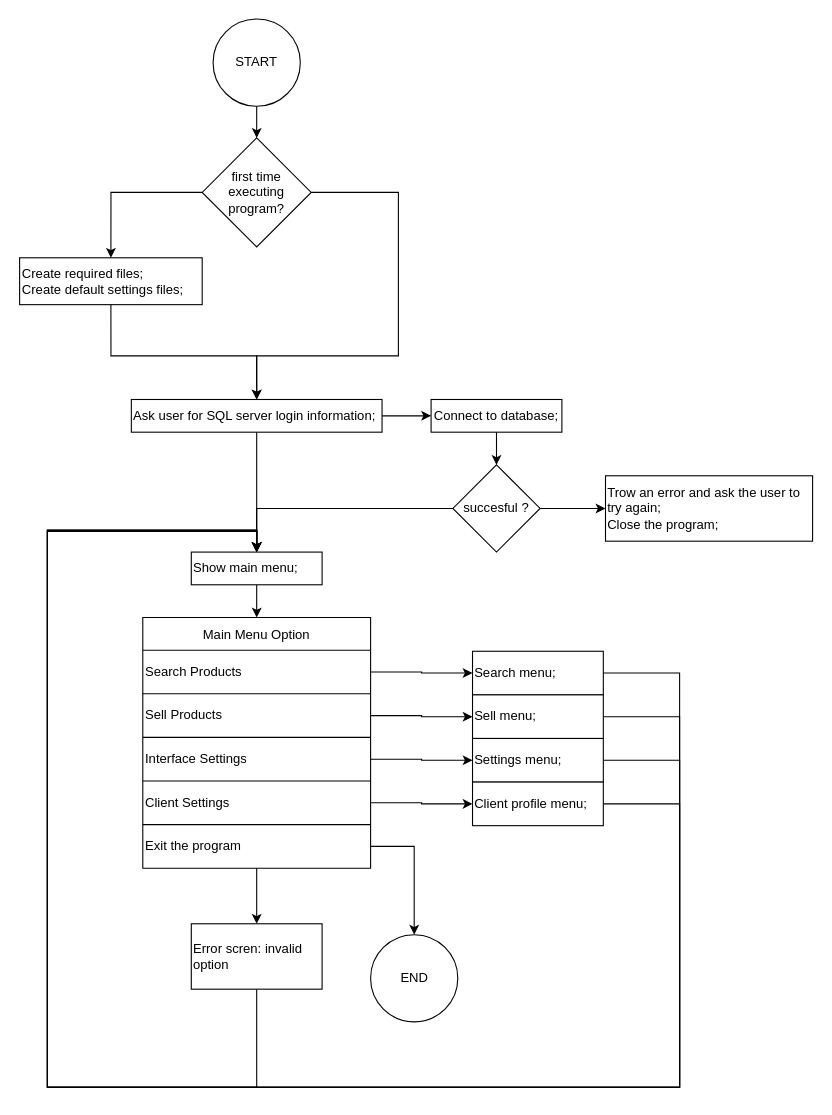
The draw.io diagram page "Main menu loop" (1 of 2) of docs/program_flow_chart.drawio in NamlessChokko/StockiFy, before the edit. Source tidied: cells renumbered, new cells numbered last; positions are measured from the earlier drawing's top-left corner, leaving out a move shared by most shapes. Both pictures are drawn from the tidied source at 109%, with x=0, y=0 at pixel (19, 19).
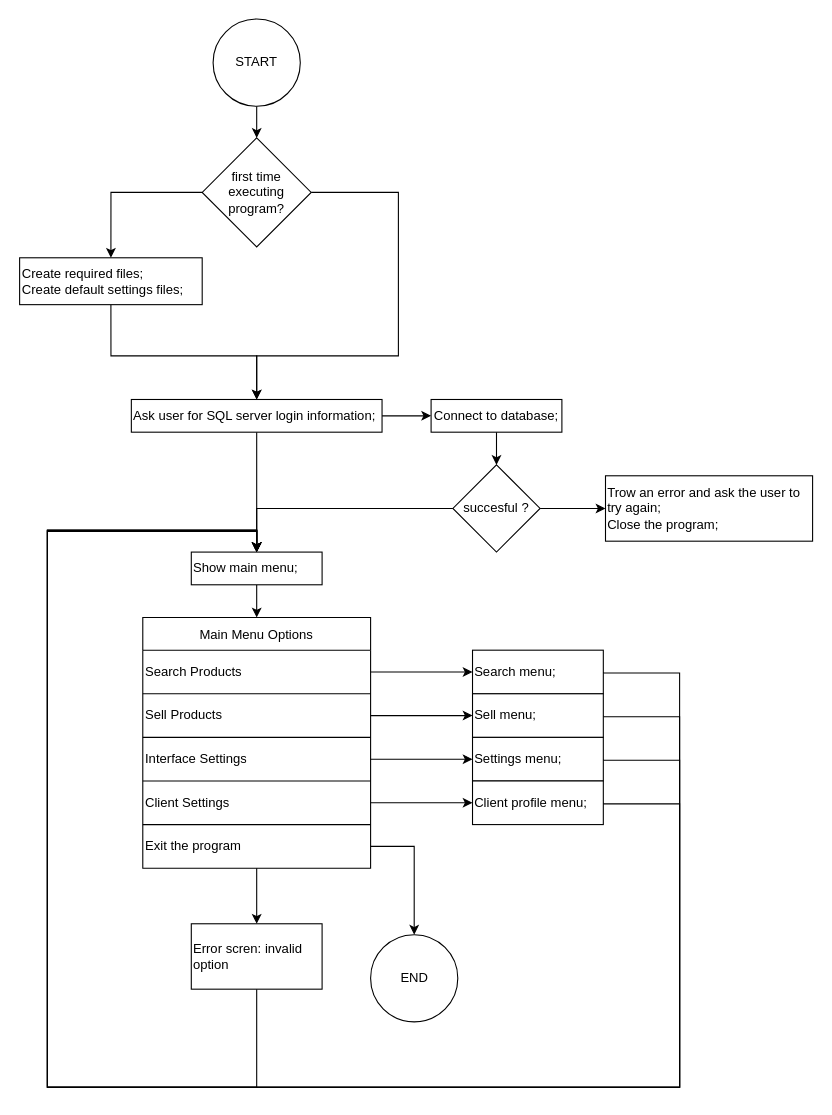
After the change.

Diff of the diagram source:
```diff
@@
-    <mxCell id="21" value="Main Menu Option" style="shape=table;startSize=30;childLayout=tableLayout;" parent="1" vertex="1">
+    <mxCell id="21" value="Main Menu Options" style="shape=table;startSize=30;childLayout=tableLayout;" parent="1" vertex="1">
       <mxGeometry x="113.5" y="549" width="209" height="230" as="geometry" />
     </mxCell>
@@
     <mxCell id="37" value="Search menu;" style="whiteSpace=wrap;html=1;align=left;" parent="1" vertex="1">
-      <mxGeometry x="416" y="580" width="120" height="40" as="geometry" />
+      <mxGeometry x="416" y="579" width="120" height="40" as="geometry" />
     </mxCell>
@@
     <mxCell id="39" value="Sell menu;" style="whiteSpace=wrap;html=1;align=left;" parent="1" vertex="1">
-      <mxGeometry x="416" y="620" width="120" height="40" as="geometry" />
+      <mxGeometry x="416" y="619" width="120" height="40" as="geometry" />
     </mxCell>
@@
     <mxCell id="41" value="Settings menu;" style="whiteSpace=wrap;html=1;align=left;" parent="1" vertex="1">
-      <mxGeometry x="416" y="660" width="120" height="40" as="geometry" />
+      <mxGeometry x="416" y="659" width="120" height="40" as="geometry" />
     </mxCell>
@@
     <mxCell id="43" value="Client profile menu;" style="whiteSpace=wrap;html=1;align=left;" parent="1" vertex="1">
-      <mxGeometry x="416" y="700" width="120" height="40" as="geometry" />
+      <mxGeometry x="416" y="699" width="120" height="40" as="geometry" />
     </mxCell>
```
